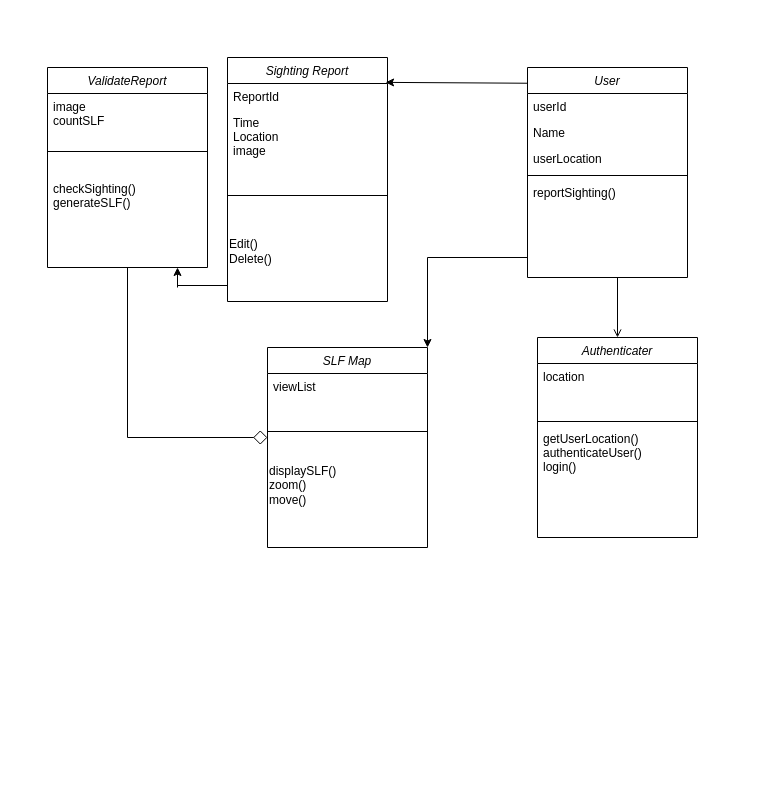
sirfan123/1530 keeps this draw.io diagram as analysisObjectModel.drawio. Above is the earlier version. Source tidied: cells renumbered, new cells numbered last; positions are measured from the earlier drawing's top-left corner, leaving out a move shared by most shapes. Both pictures are drawn from the tidied source at 100%, with x=0, y=0 at pixel (47, 57).
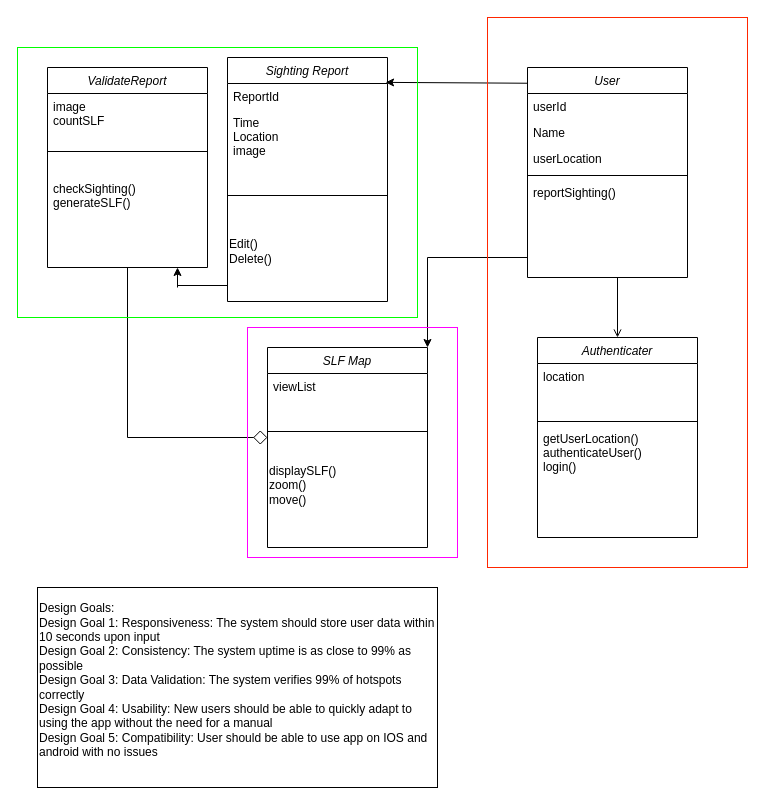
After the change.

The edit, as a diff of the source:
```diff
@@
+    <mxCell id="32" style="rounded=0;whiteSpace=wrap;html=1;fillColor=none;strokeColor=#ff2600;" parent="1" vertex="1">
+      <mxGeometry x="440" y="-40" width="260" height="550" as="geometry" />
+    </mxCell>
+    <mxCell id="33" style="rounded=0;whiteSpace=wrap;html=1;fillColor=none;strokeColor=#00FF00;" parent="1" vertex="1">
+      <mxGeometry x="-30" y="-10" width="400" height="270" as="geometry" />
+    </mxCell>
+    <mxCell id="34" value="Design Goals:&lt;br&gt;Design Goal 1: Responsiveness: The system should store user data within 10 seconds upon input &lt;br&gt;Design Goal 2: Consistency: The system uptime is as close to 99% as possible &lt;br&gt;Design Goal 3: Data Validation: The system verifies 99% of hotspots correctly &lt;br&gt;Design Goal 4: Usability: New users should be able to quickly adapt to using the app without the need for a manual &lt;br&gt;Design Goal 5: Compatibility: User should be able to use app on IOS and android with no issues&lt;br&gt;&amp;nbsp;" style="rounded=0;whiteSpace=wrap;html=1;align=left;" parent="1" vertex="1">
+      <mxGeometry x="-10" y="530" width="400" height="200" as="geometry" />
+    </mxCell>
+    <mxCell id="35" style="rounded=0;whiteSpace=wrap;html=1;fillColor=none;strokeColor=#FF00FF;" parent="1" vertex="1">
+      <mxGeometry x="200" y="270" width="210" height="230" as="geometry" />
+    </mxCell>
```
